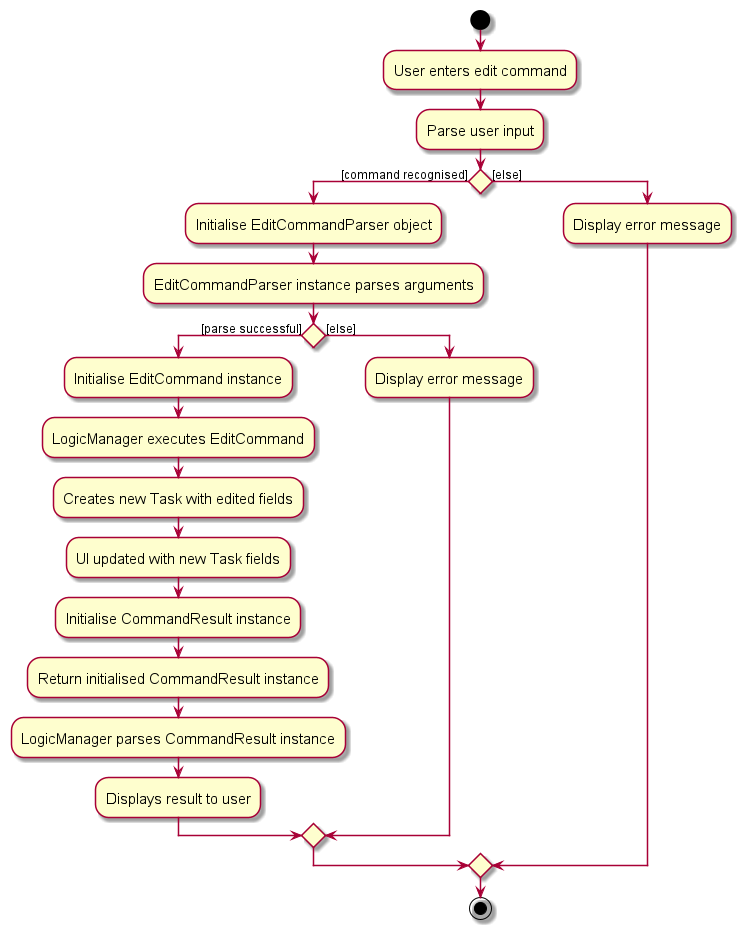
seantehds/tp keeps this PlantUML diagram as docs/images/EditCommandActivityDiagram.png. Above is the earlier version.
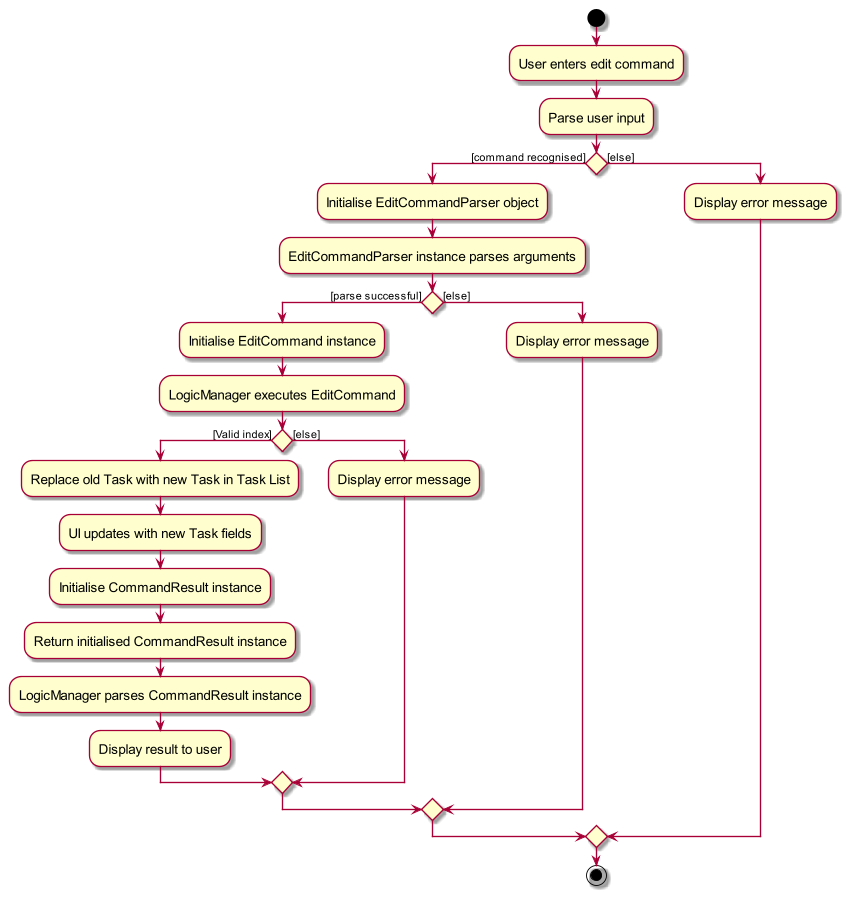
Above is the later version.

Commit message:
Update activity diagram for edit command

What changed in the source:
```diff
@@ -14,12 +14,16 @@
     if () then ([parse successful])
         :Initialise EditCommand instance;
         :LogicManager executes EditCommand;
-        :Creates new Task with edited fields;
-        :UI updated with new Task fields;
+        if () then ([Valid index])
+        :Replace old Task with new Task in Task List;
+        :UI updates with new Task fields;
         :Initialise CommandResult instance;
         :Return initialised CommandResult instance;
         :LogicManager parses CommandResult instance;
-        :Displays result to user;
+        :Display result to user;
+        else ([else])
+        :Display error message;
+        endif
     else ([else])
         :Display error message;
     endif
```
